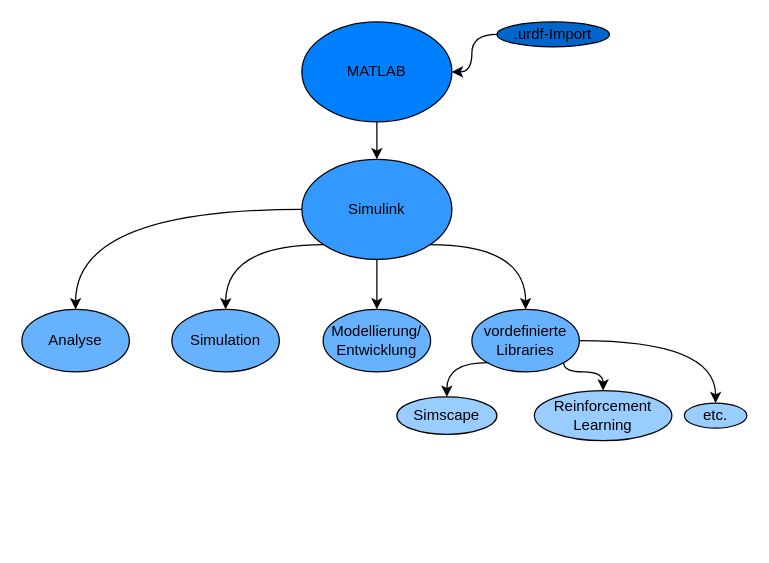
bastianklein612/Bachelor-Thesis keeps this draw.io diagram as documents/images/diagrams/ProjectOverview.drawio. Above is the earlier version. Source tidied: cells renumbered, new cells numbered last; positions are measured from the earlier drawing's top-left corner, leaving out a move shared by most shapes. Both pictures are drawn from the tidied source at 125%, with x=0, y=0 at pixel (21, 21).
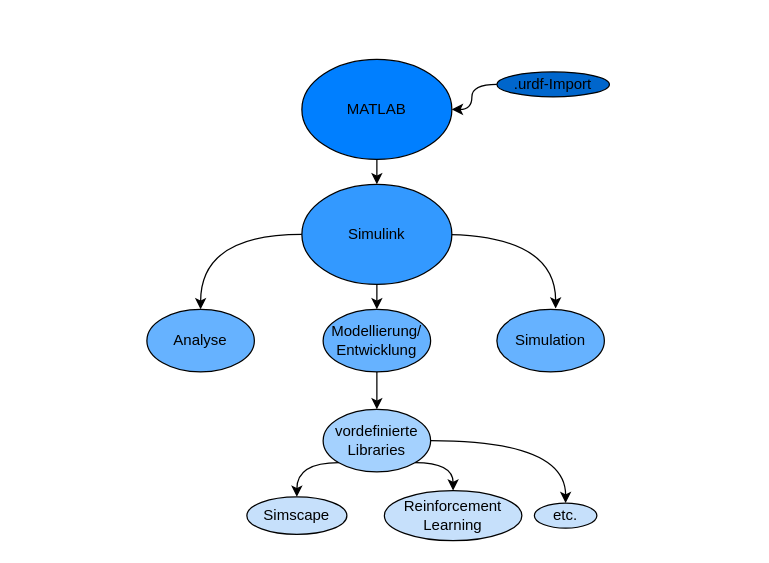
After the change.

Unchanged cells that the change refers to:
```xml
<mxCell id="18" value="Modellierung/&lt;br&gt;Entwicklung" style="ellipse;whiteSpace=wrap;html=1;fillColor=#66B2FF;fontColor=#000000;strokeColor=#000000;" parent="1" vertex="1">
  <mxGeometry x="241" y="230" width="86" height="50" as="geometry" />
</mxCell>
```

Diff of the diagram source:
```diff
@@
     <mxCell id="3" value="MATLAB" style="ellipse;whiteSpace=wrap;html=1;fillColor=#007FFF;fontColor=#000000;strokeColor=#000000;" parent="1" vertex="1">
-      <mxGeometry x="224" width="120" height="80" as="geometry" />
+      <mxGeometry x="224" y="30" width="120" height="80" as="geometry" />
     </mxCell>
@@
-    <mxCell id="5" style="edgeStyle=orthogonalEdgeStyle;jettySize=auto;html=1;exitX=1;exitY=1;exitDx=0;exitDy=0;curved=1;" parent="1" edge="1" source="8" target="14">
-      <mxGeometry relative="1" as="geometry" />
-    </mxCell>
-    <mxCell id="6" style="edgeStyle=orthogonalEdgeStyle;jettySize=auto;html=1;exitX=0;exitY=1;exitDx=0;exitDy=0;entryX=0.5;entryY=0;entryDx=0;entryDy=0;curved=1;" parent="1" edge="1" source="8">
+    <mxCell id="6" style="edgeStyle=orthogonalEdgeStyle;jettySize=auto;html=1;exitX=0;exitY=1;exitDx=0;exitDy=0;entryX=0.547;entryY=-0.014;entryDx=0;entryDy=0;curved=1;entryPerimeter=0;" parent="1" edge="1" source="8" target="17">
       <mxGeometry relative="1" as="geometry">
-        <mxPoint x="163" y="230" as="targetPoint" />
+        <Array as="points">
+          <mxPoint x="242" y="170" />
+          <mxPoint x="427" y="170" />
+        </Array>
       </mxGeometry>
     </mxCell>
@@
     <mxCell id="8" value="Simulink" style="ellipse;whiteSpace=wrap;html=1;fillColor=#3399FF;fontColor=#000000;strokeColor=#000000;" parent="1" vertex="1">
-      <mxGeometry x="224" y="110" width="120" height="80" as="geometry" />
+      <mxGeometry x="224" y="130" width="120" height="80" as="geometry" />
     </mxCell>
-    <mxCell id="9" value="Simscape" style="ellipse;whiteSpace=wrap;html=1;fillColor=#99CCFF;fontColor=#000000;strokeColor=#000000;" parent="1" vertex="1">
-      <mxGeometry x="300" y="300" width="80" height="30" as="geometry" />
+    <mxCell id="9" value="Simscape" style="ellipse;whiteSpace=wrap;html=1;fillColor=#C6E0FB;fontColor=#000000;strokeColor=#000000;" parent="1" vertex="1">
+      <mxGeometry x="180" y="380" width="80" height="30" as="geometry" />
     </mxCell>
-    <mxCell id="10" value="etc." style="ellipse;whiteSpace=wrap;html=1;fillColor=#99CCFF;fontColor=#000000;strokeColor=#000000;" parent="1" vertex="1">
-      <mxGeometry x="530" y="305" width="50" height="20" as="geometry" />
+    <mxCell id="10" value="etc." style="ellipse;whiteSpace=wrap;html=1;fillColor=#C6E0FB;fontColor=#000000;strokeColor=#000000;" parent="1" vertex="1">
+      <mxGeometry x="410" y="385" width="50" height="20" as="geometry" />
     </mxCell>
-    <mxCell id="11" style="edgeStyle=orthogonalEdgeStyle;jettySize=auto;html=1;exitX=0;exitY=1;exitDx=0;exitDy=0;entryX=0.5;entryY=0;entryDx=0;entryDy=0;curved=1;" parent="1" edge="1" source="14" target="9">
+    <mxCell id="11" style="edgeStyle=orthogonalEdgeStyle;jettySize=auto;html=1;exitX=0;exitY=1;exitDx=0;exitDy=0;entryX=0.5;entryY=0;entryDx=0;entryDy=0;curved=1;" parent="1" edge="1" source="14">
       <mxGeometry relative="1" as="geometry">
+        <mxPoint x="220" y="380" as="targetPoint" />
         <Array as="points">
-          <mxPoint x="340" y="273" />
+          <mxPoint x="220" y="353" />
         </Array>
       </mxGeometry>
     </mxCell>
     <mxCell id="12" style="edgeStyle=orthogonalEdgeStyle;jettySize=auto;html=1;exitX=1;exitY=1;exitDx=0;exitDy=0;entryX=0.5;entryY=0;entryDx=0;entryDy=0;curved=1;" parent="1" edge="1" source="14" target="16">
       <mxGeometry relative="1" as="geometry">
         <Array as="points">
-          <mxPoint x="433" y="280" />
-          <mxPoint x="465" y="280" />
+          <mxPoint x="345" y="353" />
         </Array>
       </mxGeometry>
     </mxCell>
@@
-    <mxCell id="14" value="vordefinierte&lt;br&gt;Libraries" style="ellipse;whiteSpace=wrap;html=1;fillColor=#66B2FF;fontColor=#000000;strokeColor=#000000;" parent="1" vertex="1">
-      <mxGeometry x="360" y="230" width="86" height="50" as="geometry" />
+    <mxCell id="14" value="vordefinierte&lt;br&gt;Libraries" style="ellipse;whiteSpace=wrap;html=1;fillColor=#A4D1FE;fontColor=#000000;strokeColor=#000000;" parent="1" vertex="1">
+      <mxGeometry x="241" y="310" width="86" height="50" as="geometry" />
     </mxCell>
     <mxCell id="15" value="Analyse" style="ellipse;whiteSpace=wrap;html=1;fillColor=#66B2FF;fontColor=#000000;strokeColor=#000000;" parent="1" vertex="1">
-      <mxGeometry y="230" width="86" height="50" as="geometry" />
+      <mxGeometry x="100" y="230" width="86" height="50" as="geometry" />
     </mxCell>
-    <mxCell id="16" value="Reinforcement&lt;br&gt;Learning" style="ellipse;whiteSpace=wrap;html=1;fillColor=#99CCFF;fontColor=#000000;strokeColor=#000000;" parent="1" vertex="1">
-      <mxGeometry x="410" y="295" width="110" height="40" as="geometry" />
+    <mxCell id="16" value="Reinforcement&lt;br&gt;Learning" style="ellipse;whiteSpace=wrap;html=1;fillColor=#C6E0FB;fontColor=#000000;strokeColor=#000000;" parent="1" vertex="1">
+      <mxGeometry x="290" y="375" width="110" height="40" as="geometry" />
     </mxCell>
     <mxCell id="17" value="Simulation" style="ellipse;whiteSpace=wrap;html=1;fillColor=#66B2FF;fontColor=#000000;strokeColor=#000000;" parent="1" vertex="1">
-      <mxGeometry x="120" y="230" width="86" height="50" as="geometry" />
+      <mxGeometry x="380" y="230" width="86" height="50" as="geometry" />
     </mxCell>
+    <mxCell id="21" style="edgeStyle=orthogonalEdgeStyle;rounded=0;jettySize=auto;html=1;entryX=0.5;entryY=0;entryDx=0;entryDy=0;" parent="1" edge="1" source="18" target="14">
+      <mxGeometry relative="1" as="geometry" />
+    </mxCell>
@@
     <mxCell id="20" value=".urdf-Import" style="ellipse;whiteSpace=wrap;html=1;fillColor=#0066CC;fontColor=#000000;strokeColor=#000000;" parent="1" vertex="1">
-      <mxGeometry x="380" width="90" height="20" as="geometry" />
+      <mxGeometry x="380" y="40" width="90" height="20" as="geometry" />
     </mxCell>
```
